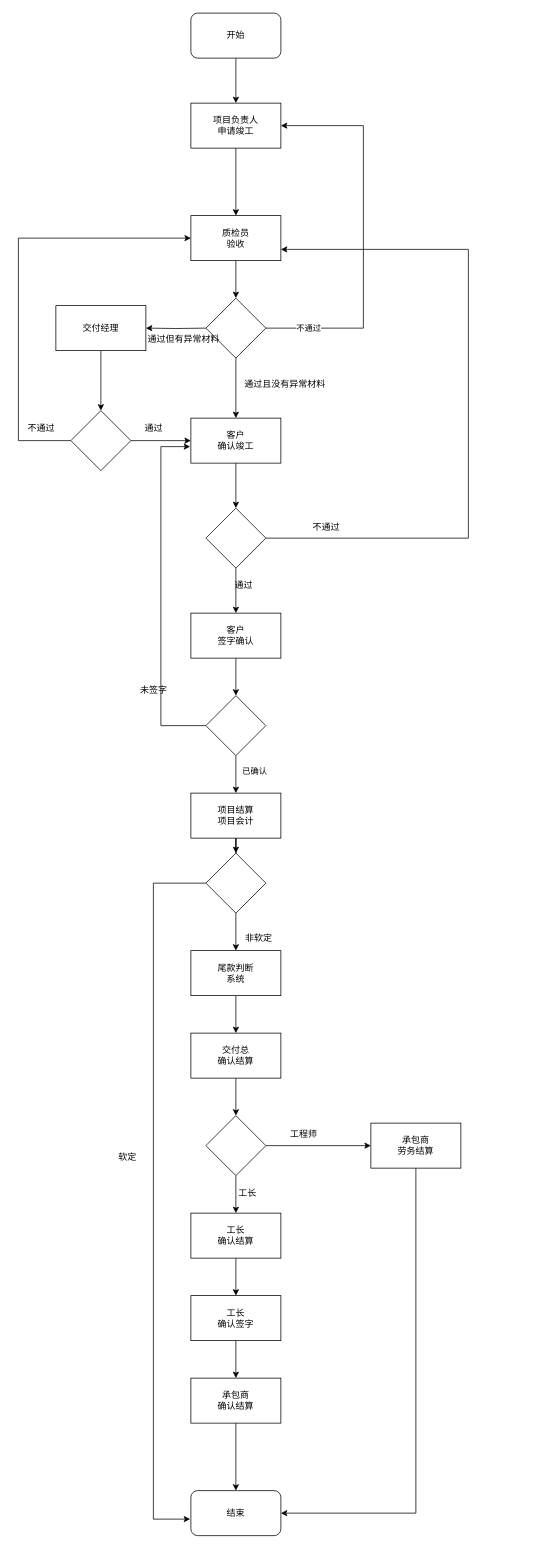
Earlier version of the draw.io diagram 竣工结算.drawio (1846872430/shj_chart). Source tidied: cells renumbered, new cells numbered last; positions are measured from the earlier drawing's top-left corner, leaving out a move shared by most shapes. Both pictures are drawn from the tidied source at 75%, with x=0, y=0 at pixel (18, 13).
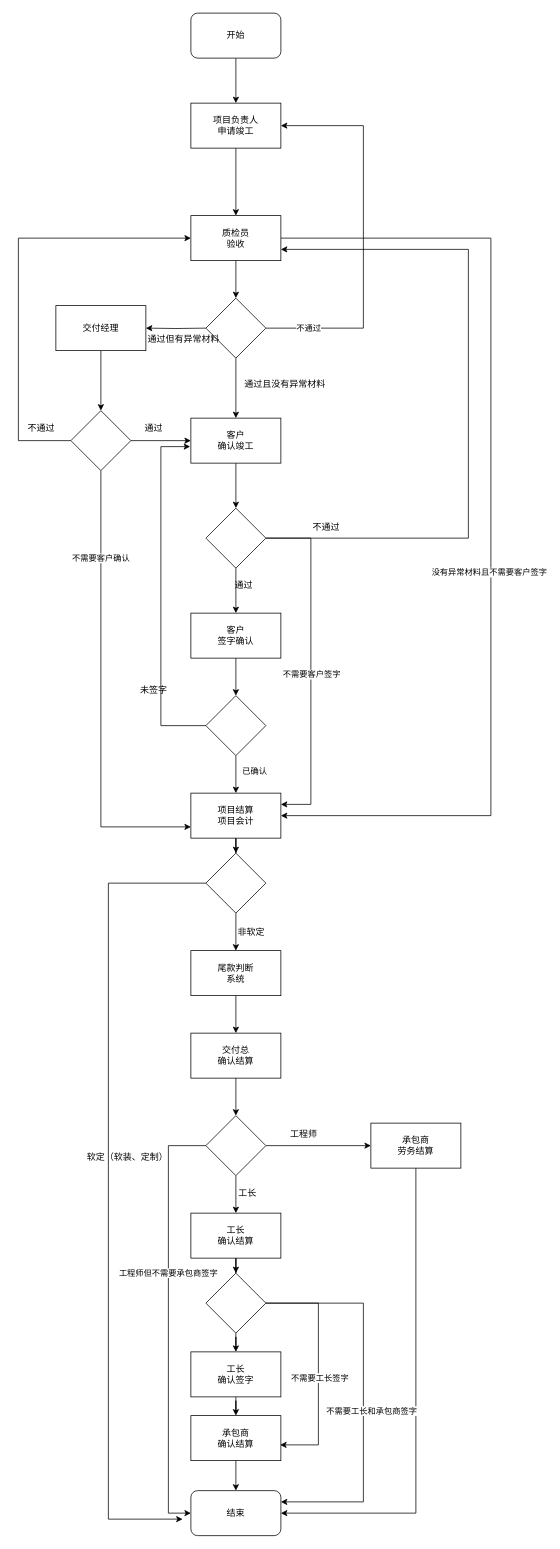
The same diagram, later.

Commit message:
更新竣工结算.drawio

Unchanged cells that the change refers to:
```xml
<mxCell id="7" value="质检员&lt;div&gt;验收&lt;/div&gt;" style="rounded=0;whiteSpace=wrap;html=1;" parent="1" vertex="1">
  <mxGeometry x="230" y="270" width="120" height="60" as="geometry" />
</mxCell>
<mxCell id="19" style="rhombus;whiteSpace=wrap;html=1;" parent="1" vertex="1">
  <mxGeometry x="70" y="530" width="80" height="80" as="geometry" />
</mxCell>
<mxCell id="22" style="rhombus;whiteSpace=wrap;html=1;" parent="1" vertex="1">
  <mxGeometry x="250" y="660" width="80" height="80" as="geometry" />
</mxCell>
<mxCell id="30" value="项目结算&lt;br&gt;项目会计" style="rounded=0;whiteSpace=wrap;html=1;" parent="1" vertex="1">
  <mxGeometry x="230" y="1040" width="120" height="60" as="geometry" />
</mxCell>
<mxCell id="34" style="rhombus;whiteSpace=wrap;html=1;" parent="1" vertex="1">
  <mxGeometry x="250" y="1120" width="80" height="80" as="geometry" />
</mxCell>
<mxCell id="41" style="rhombus;whiteSpace=wrap;html=1;" parent="1" vertex="1">
  <mxGeometry x="250" y="1470" width="80" height="80" as="geometry" />
</mxCell>
<mxCell id="43" value="工长&lt;br&gt;确认结算" style="rounded=0;whiteSpace=wrap;html=1;" parent="1" vertex="1">
  <mxGeometry x="230" y="1600" width="120" height="60" as="geometry" />
</mxCell>
<mxCell id="48" value="结束" style="rounded=1;whiteSpace=wrap;html=1;" parent="1" vertex="1">
  <mxGeometry x="230" y="1970" width="120" height="60" as="geometry" />
</mxCell>
```

Diff of the diagram source:
```diff
@@
+    <mxCell id="61" style="edgeStyle=orthogonalEdgeStyle;rounded=0;jettySize=auto;html=1;entryX=1;entryY=0.5;entryDx=0;entryDy=0;" parent="1" edge="1" source="7" target="30">
+      <mxGeometry relative="1" as="geometry">
+        <Array as="points">
+          <mxPoint x="630" y="300" />
+          <mxPoint x="630" y="1070" />
+        </Array>
+      </mxGeometry>
+    </mxCell>
+    <mxCell id="62" value="没有异常材料且不需要客户签字" style="edgeLabel;html=1;align=center;verticalAlign=middle;" parent="61" vertex="1">
+      <mxGeometry x="0.09" y="-3" relative="1" as="geometry" />
+    </mxCell>
@@
+    <mxCell id="63" style="edgeStyle=orthogonalEdgeStyle;rounded=0;jettySize=auto;html=1;entryX=0;entryY=0.75;entryDx=0;entryDy=0;" parent="1" edge="1" source="19" target="30">
+      <mxGeometry relative="1" as="geometry">
+        <Array as="points">
+          <mxPoint x="110" y="1085" />
+        </Array>
+      </mxGeometry>
+    </mxCell>
+    <mxCell id="64" value="不需要客户确认" style="edgeLabel;html=1;align=center;verticalAlign=middle;" parent="63" vertex="1">
+      <mxGeometry x="-0.61" y="-1" relative="1" as="geometry" />
+    </mxCell>
@@
+    <mxCell id="65" style="edgeStyle=orthogonalEdgeStyle;rounded=0;jettySize=auto;html=1;entryX=1;entryY=0.25;entryDx=0;entryDy=0;" parent="1" edge="1" source="22" target="30">
+      <mxGeometry relative="1" as="geometry">
+        <Array as="points">
+          <mxPoint x="390" y="700" />
+          <mxPoint x="390" y="1055" />
+        </Array>
+      </mxGeometry>
+    </mxCell>
+    <mxCell id="66" value="不需要客户签字" style="edgeLabel;html=1;align=center;verticalAlign=middle;" parent="65" vertex="1">
+      <mxGeometry x="-0.03" y="3" relative="1" as="geometry">
+        <mxPoint x="-3" y="20" as="offset" />
+      </mxGeometry>
+    </mxCell>
@@
+    <mxCell id="67" style="edgeStyle=orthogonalEdgeStyle;rounded=0;jettySize=auto;html=1;entryX=0;entryY=0.5;entryDx=0;entryDy=0;" parent="1" edge="1" source="41" target="48">
+      <mxGeometry relative="1" as="geometry">
+        <Array as="points">
+          <mxPoint x="200" y="1510" />
+          <mxPoint x="200" y="2000" />
+        </Array>
+      </mxGeometry>
+    </mxCell>
+    <mxCell id="68" value="工程师但不需要承包商签字" style="edgeLabel;html=1;align=center;verticalAlign=middle;" parent="67" vertex="1">
+      <mxGeometry x="-0.27" y="-1" relative="1" as="geometry">
+        <mxPoint y="11" as="offset" />
+      </mxGeometry>
+    </mxCell>
@@
-    <mxCell id="42" style="edgeStyle=orthogonalEdgeStyle;rounded=0;jettySize=auto;html=1;" parent="1" edge="1" source="43" target="45">
-      <mxGeometry relative="1" as="geometry" />
-    </mxCell>
+    <mxCell id="69" style="edgeStyle=orthogonalEdgeStyle;rounded=0;jettySize=auto;html=1;" parent="1" edge="1" source="43" target="75">
+      <mxGeometry relative="1" as="geometry" />
+    </mxCell>
@@
     <mxCell id="45" value="工长&lt;br&gt;确认签字" style="rounded=0;whiteSpace=wrap;html=1;" parent="1" vertex="1">
-      <mxGeometry x="230" y="1710" width="120" height="60" as="geometry" />
+      <mxGeometry x="230" y="1785" width="120" height="60" as="geometry" />
     </mxCell>
@@
     <mxCell id="47" value="承包商&lt;div&gt;确认结算&lt;/div&gt;" style="rounded=0;whiteSpace=wrap;html=1;" parent="1" vertex="1">
-      <mxGeometry x="230" y="1820" width="120" height="60" as="geometry" />
+      <mxGeometry x="230" y="1870" width="120" height="60" as="geometry" />
     </mxCell>
@@
-    <mxCell id="49" style="edgeStyle=orthogonalEdgeStyle;rounded=0;jettySize=auto;html=1;entryX=-0.008;entryY=0.633;entryDx=0;entryDy=0;entryPerimeter=0;exitX=0;exitY=0.5;exitDx=0;exitDy=0;" parent="1" edge="1" source="34" target="48">
+    <mxCell id="49" style="edgeStyle=orthogonalEdgeStyle;rounded=0;jettySize=auto;html=1;entryX=-0.008;entryY=0.633;entryDx=0;entryDy=0;entryPerimeter=0;exitX=0;exitY=0.5;exitDx=0;exitDy=0;" parent="1" edge="1" source="34">
       <mxGeometry relative="1" as="geometry">
+        <mxPoint x="219" y="2008" as="targetPoint" />
         <Array as="points">
-          <mxPoint x="180" y="1160" />
-          <mxPoint x="180" y="2008" />
+          <mxPoint x="120" y="1160" />
+          <mxPoint x="120" y="2008" />
         </Array>
       </mxGeometry>
     </mxCell>
-    <mxCell id="50" value="软定" style="text;html=1;align=center;verticalAlign=middle;strokeColor=none;fillColor=none;" parent="1" vertex="1">
-      <mxGeometry x="120" y="1510" width="50" height="30" as="geometry" />
+    <mxCell id="50" value="软定（软装、定制）" style="text;html=1;align=center;verticalAlign=middle;strokeColor=none;fillColor=none;" parent="1" vertex="1">
+      <mxGeometry x="80" y="1510" width="130" height="30" as="geometry" />
     </mxCell>
     <mxCell id="51" value="非软定" style="text;html=1;align=center;verticalAlign=middle;strokeColor=none;fillColor=none;" parent="1" vertex="1">
-      <mxGeometry x="290" y="1218" width="60" height="30" as="geometry" />
+      <mxGeometry x="280" y="1210" width="60" height="30" as="geometry" />
     </mxCell>
@@
+    <mxCell id="70" style="edgeStyle=orthogonalEdgeStyle;rounded=0;jettySize=auto;html=1;" parent="1" edge="1" source="75" target="45">
+      <mxGeometry relative="1" as="geometry" />
+    </mxCell>
+    <mxCell id="71" style="edgeStyle=orthogonalEdgeStyle;rounded=0;jettySize=auto;html=1;entryX=0.992;entryY=0.65;entryDx=0;entryDy=0;entryPerimeter=0;" parent="1" edge="1" source="75" target="47">
+      <mxGeometry relative="1" as="geometry">
+        <Array as="points">
+          <mxPoint x="400" y="1720" />
+          <mxPoint x="400" y="1909" />
+        </Array>
+      </mxGeometry>
+    </mxCell>
+    <mxCell id="72" value="不需要工长签字" style="edgeLabel;html=1;align=center;verticalAlign=middle;" parent="71" vertex="1">
+      <mxGeometry x="0.09" y="1" relative="1" as="geometry" />
+    </mxCell>
+    <mxCell id="73" style="edgeStyle=orthogonalEdgeStyle;rounded=0;jettySize=auto;html=1;entryX=1;entryY=0.25;entryDx=0;entryDy=0;" parent="1" edge="1" source="75" target="48">
+      <mxGeometry relative="1" as="geometry">
+        <Array as="points">
+          <mxPoint x="460" y="1720" />
+          <mxPoint x="460" y="1985" />
+        </Array>
+      </mxGeometry>
+    </mxCell>
+    <mxCell id="74" value="不需要工长和承包商签字" style="edgeLabel;html=1;align=center;verticalAlign=middle;" parent="73" vertex="1">
+      <mxGeometry x="0.08" y="-4" relative="1" as="geometry">
+        <mxPoint x="14" as="offset" />
+      </mxGeometry>
+    </mxCell>
+    <mxCell id="75" style="rhombus;whiteSpace=wrap;html=1;" parent="1" vertex="1">
+      <mxGeometry x="250" y="1680" width="80" height="80" as="geometry" />
+    </mxCell>
```
